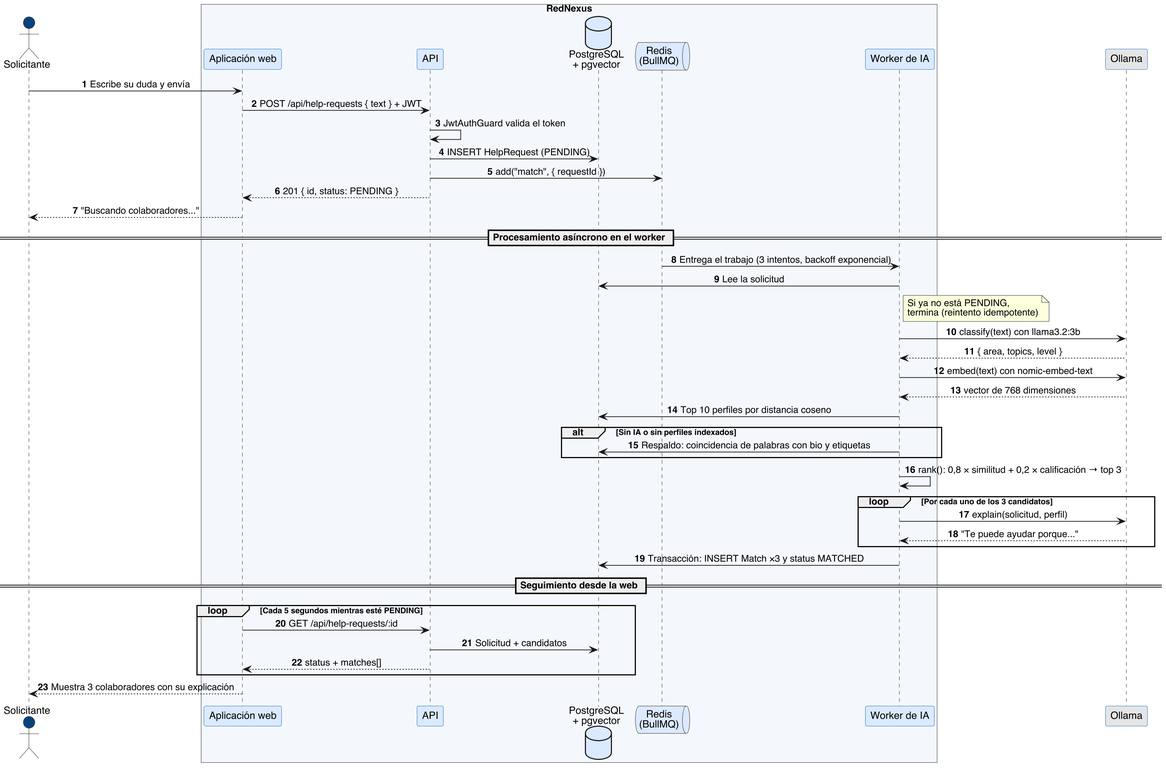
Before: docs/arquitectura/img/08-secuencia-solicitud-emparejamiento.png, a diagram exported from PlantUML (juanjosegl/RedNexus-Platform). Source of this version:
```plantuml
@startuml 08-secuencia-solicitud-emparejamiento
skinparam dpi 200
skinparam defaultFontName "Helvetica"
skinparam shadowing false
skinparam sequenceMessageAlign center
skinparam ParticipantBackgroundColor #dbeafe
skinparam ParticipantBorderColor #1168bd
skinparam DatabaseBackgroundColor #dbeafe
skinparam QueueBackgroundColor #dbeafe
skinparam ActorBackgroundColor #08427b
skinparam BoxPadding 8
autonumber

actor "Solicitante" as S
box "RedNexus" #f4f8fc
  participant "Aplicación web" as W
  participant "API" as A
  database "PostgreSQL\n+ pgvector" as DB
  queue "Redis\n(BullMQ)" as Q
  participant "Worker de IA" as K
end box
participant "Ollama" as O #e5e5e5

S -> W : Escribe su duda y envía
W -> A : POST /api/help-requests { text } + JWT
A -> A : JwtAuthGuard valida el token
A -> DB : INSERT HelpRequest (PENDING)
A -> Q : add("match", { requestId })
A --> W : 201 { id, status: PENDING }
W --> S : "Buscando colaboradores..."

== Procesamiento asíncrono en el worker ==

Q -> K : Entrega el trabajo (3 intentos, backoff exponencial)
K -> DB : Lee la solicitud
note right of K : Si ya no está PENDING,\ntermina (reintento idempotente)
K -> O : classify(text) con llama3.2:3b
O --> K : { area, topics, level }
K -> O : embed(text) con nomic-embed-text
O --> K : vector de 768 dimensiones
K -> DB : Top 10 perfiles por distancia coseno
alt Sin IA o sin perfiles indexados
  K -> DB : Respaldo: coincidencia de palabras con bio y etiquetas
end
K -> K : rank(): 0,8 × similitud + 0,2 × calificación → top 3
loop Por cada uno de los 3 candidatos
  K -> O : explain(solicitud, perfil)
  O --> K : "Te puede ayudar porque..."
end
K -> DB : Transacción: INSERT Match ×3 y status MATCHED

== Seguimiento desde la web ==

loop Cada 5 segundos mientras esté PENDING
  W -> A : GET /api/help-requests/:id
  A -> DB : Solicitud + candidatos
  A --> W : status + matches[]
end
W --> S : Muestra 3 colaboradores con su explicación
@enduml
```
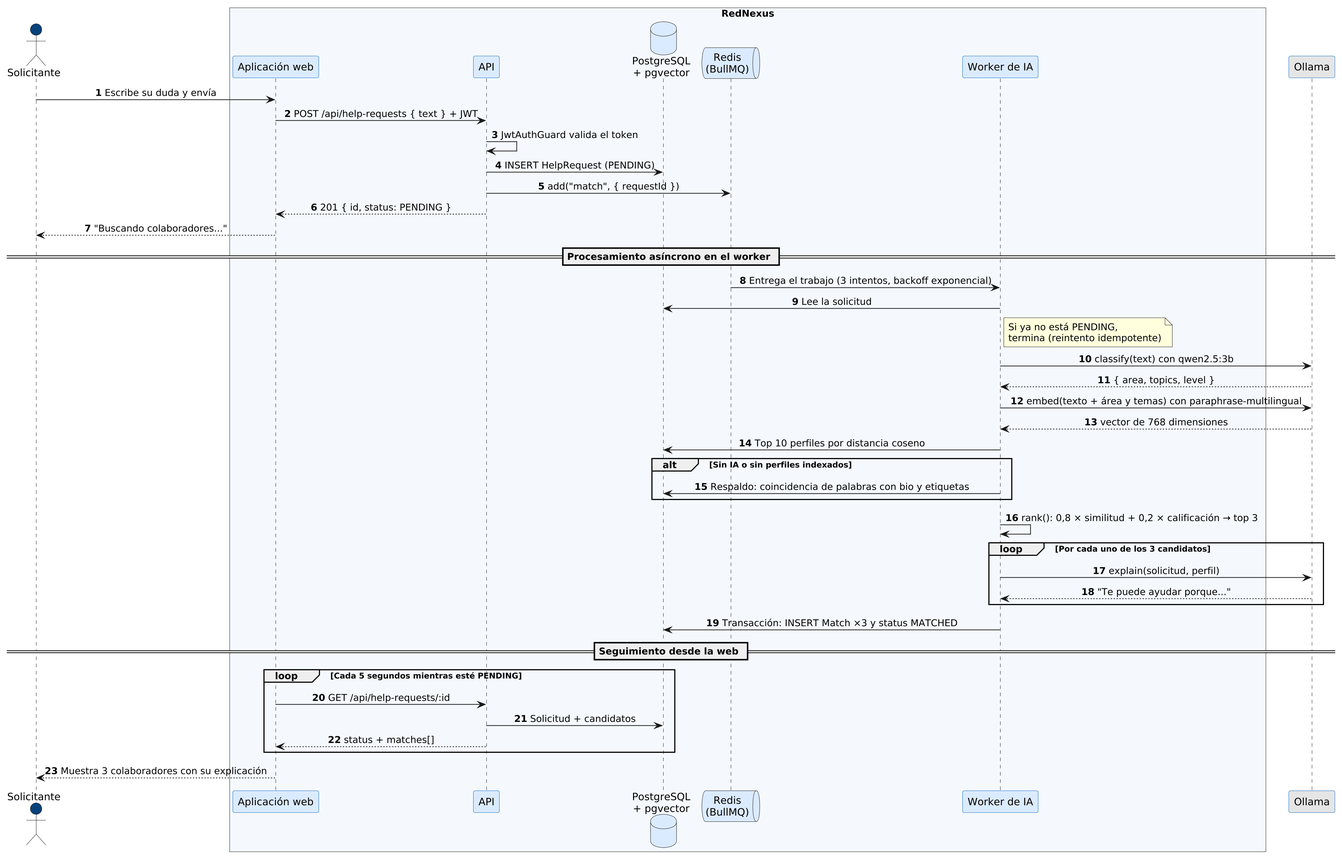
The same diagram one commit later.

Diff of the diagram source:
```diff
@@ -1,4 +1,4 @@
-@startuml 08-secuencia-solicitud-emparejamiento
+@startuml
 skinparam dpi 200
 skinparam defaultFontName "Helvetica"
 skinparam shadowing false
@@ -34,9 +34,9 @@
 Q -> K : Entrega el trabajo (3 intentos, backoff exponencial)
 K -> DB : Lee la solicitud
 note right of K : Si ya no está PENDING,\ntermina (reintento idempotente)
-K -> O : classify(text) con llama3.2:3b
+K -> O : classify(text) con qwen2.5:3b
 O --> K : { area, topics, level }
-K -> O : embed(text) con nomic-embed-text
+K -> O : embed(texto + área y temas) con paraphrase-multilingual
 O --> K : vector de 768 dimensiones
 K -> DB : Top 10 perfiles por distancia coseno
 alt Sin IA o sin perfiles indexados
```
